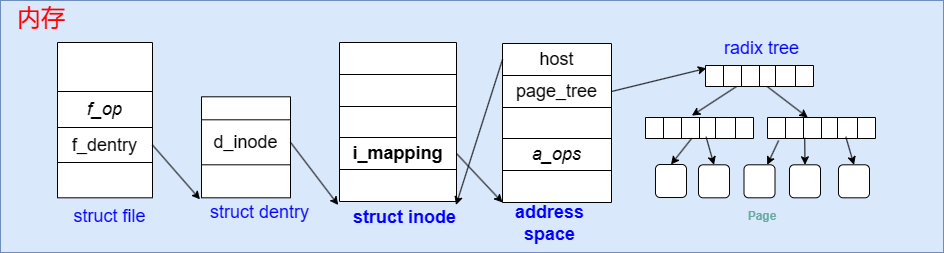
Above: OS/mmap/mmap.drawio.png in SixPlusAndTimes/drawio (draw.io), before the change. Source tidied: cells renumbered, new cells last; positions are measured from the earlier drawing's top-left corner, leaving out a move shared by most shapes.
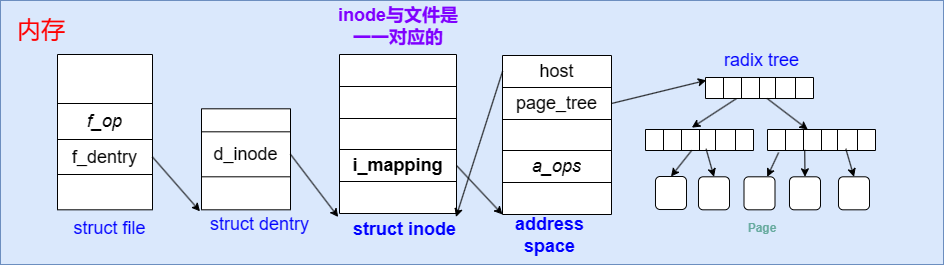
After the change.

Diff of the diagram source:
```diff
@@ -3,7 +3,7 @@
     <mxCell id="0" />
     <mxCell id="1" parent="0" />
     <mxCell id="2" style="rounded=0;whiteSpace=wrap;html=1;fillColor=#dae8fc;strokeColor=#6c8ebf;" parent="1" vertex="1">
-      <mxGeometry width="943" height="252" as="geometry" />
+      <mxGeometry y="-12" width="943" height="264" as="geometry" />
     </mxCell>
     <mxCell id="3" style="shape=table;startSize=0;" parent="1" vertex="1">
       <mxGeometry x="57" y="42" width="95" height="155.3" as="geometry" />
@@ -263,5 +263,8 @@
     <mxCell id="88" style="rounded=0;jettySize=auto;html=1;exitX=1;exitY=0.5;exitDx=0;exitDy=0;entryX=0;entryY=1;entryDx=0;entryDy=0;" parent="1" edge="1" source="29" target="34">
       <mxGeometry relative="1" as="geometry" />
     </mxCell>
+    <mxCell id="89" value="&lt;b&gt;&lt;font style=&quot;font-size: 18px;&quot; color=&quot;#7f00ff&quot;&gt;inode与文件是&lt;br&gt;一一对应的&lt;/font&gt;&lt;/b&gt;" style="text;html=1;strokeColor=none;fillColor=none;align=center;verticalAlign=middle;whiteSpace=wrap;rounded=0;" parent="1" vertex="1">
+      <mxGeometry x="316" y="-5" width="164.5" height="38" as="geometry" />
+    </mxCell>
   </root>
 </mxGraphModel>
```
